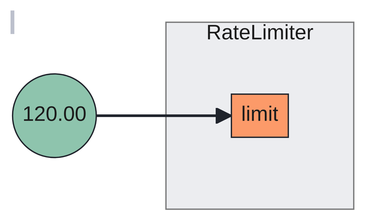
Earlier version of the Mermaid export docs/content/tutorials/flow-control/rate-limiting/assets/static-rate-limiting/static-rate-limiting.mmd.png (fluxninja/aperture). Its source is kept beside it as docs/content/tutorials/flow-control/rate-limiting/assets/static-rate-limiting/static-rate-limiting.mmd. Its diagram source:
```mermaid
flowchart LR
subgraph 0[RateLimiter]
subgraph 0_inports[ ]
style 0_inports fill:none,stroke:none
0limit[limit]
end
end
FakeConstant0((120.00))
FakeConstant0 --> 0limit
```
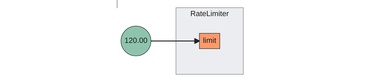
After the commit.

What changed in the source:
```diff
@@ -1,9 +1,9 @@
 flowchart LR
-subgraph 0[RateLimiter]
-subgraph 0_inports[ ]
-style 0_inports fill:none,stroke:none
-0limit[limit]
+subgraph root.0[RateLimiter]
+subgraph root.0_inports[ ]
+style root.0_inports fill:none,stroke:none
+root.0limit[limit]
 end
 end
 FakeConstant0((120.00))
-FakeConstant0 --> 0limit
+FakeConstant0 --> root.0limit
```
